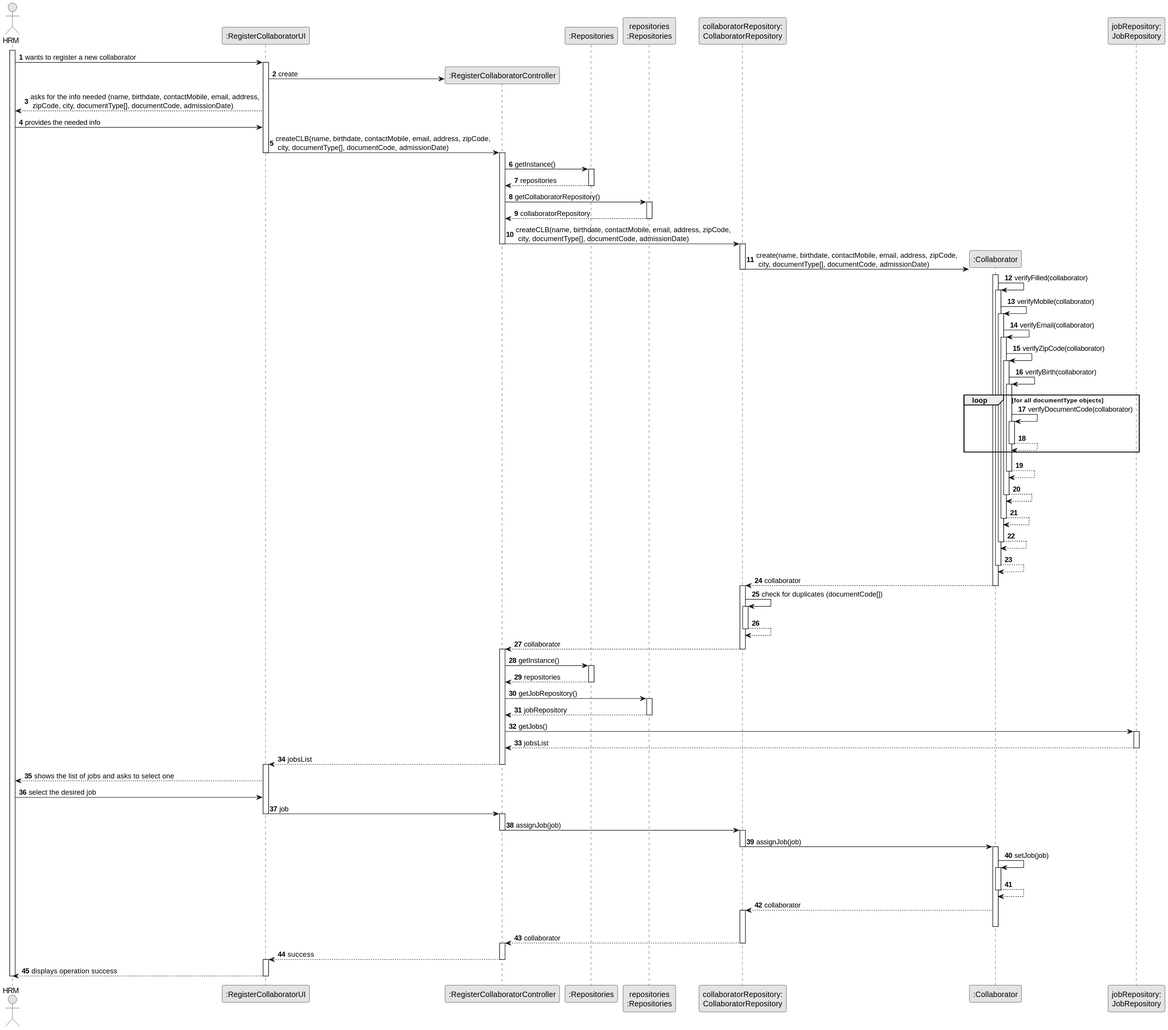
Earlier version of the PlantUML export docs/sprintB/us003/03.design/svg/us003-sequence-diagram-full.svg (ricardomm7/leaflink). Source of this version:
```plantuml
@startuml
skinparam monochrome true
skinparam packageStyle rectangle
skinparam shadowing false

autonumber

actor "HRM" as HRM
participant ":RegisterCollaboratorUI" as UI
participant ":RegisterCollaboratorController" as CTRL
participant ":Repositories" as GlobRepo
participant "repositories\n:Repositories" as PLAT
participant "collaboratorRepository:\nCollaboratorRepository" as CLBREP
participant ":Collaborator" as CLB
participant "jobRepository:\nJobRepository" as jobRepository


activate HRM

HRM -> UI : wants to register a new collaborator
activate UI

UI -> CTRL** : create

UI --> HRM : asks for the info needed (name, birthdate, contactMobile, email, address,\n zipCode, city, documentType[], documentCode, admissionDate)

HRM -> UI : provides the needed info

UI -> CTRL : createCLB(name, birthdate, contactMobile, email, address, zipCode,\n city, documentType[], documentCode, admissionDate)
deactivate UI
activate CTRL
CTRL -> GlobRepo : getInstance()
activate GlobRepo
GlobRepo --> CTRL : repositories
deactivate GlobRepo
CTRL -> PLAT : getCollaboratorRepository()
activate PLAT
PLAT -->  CTRL: collaboratorRepository
deactivate PLAT

CTRL -> CLBREP : createCLB(name, birthdate, contactMobile, email, address, zipCode,\n city, documentType[], documentCode, admissionDate)
deactivate CTRL
activate CLBREP
CLBREP->CLB** : create(name, birthdate, contactMobile, email, address, zipCode,\n city, documentType[], documentCode, admissionDate)
deactivate CLBREP
activate CLB
CLB -> CLB : verifyFilled(collaborator)
activate CLB
CLB -> CLB : verifyMobile(collaborator)
activate CLB
CLB -> CLB : verifyEmail(collaborator)
activate CLB
CLB -> CLB : verifyZipCode(collaborator)
activate CLB
CLB -> CLB : verifyBirth(collaborator)
activate CLB

loop for all documentType objects
CLB -> CLB : verifyDocumentCode(collaborator)
activate CLB
CLB --> CLB
deactivate CLB
end loop

CLB --> CLB
deactivate CLB
CLB --> CLB
deactivate CLB
CLB --> CLB
deactivate CLB
CLB --> CLB
deactivate CLB
CLB --> CLB
deactivate CLB

CLB -->CLBREP : collaborator
deactivate CLB
activate CLBREP

CLBREP -> CLBREP : check for duplicates (documentCode[])
activate CLBREP
CLBREP --> CLBREP
deactivate CLBREP
CLBREP --> CTRL : collaborator
deactivate CLBREP

activate CTRL
CTRL -> GlobRepo : getInstance()
activate GlobRepo
GlobRepo --> CTRL : repositories
deactivate GlobRepo
CTRL -> PLAT : getJobRepository()
activate PLAT
PLAT -->  CTRL: jobRepository
deactivate PLAT
CTRL -> jobRepository : getJobs()
activate jobRepository
jobRepository --> CTRL : jobsList
deactivate jobRepository
CTRL -->UI : jobsList
deactivate CTRL
activate UI

UI --> HRM : shows the list of jobs and asks to select one

HRM -> UI : select the desired job

UI -> CTRL : job
deactivate UI
activate CTRL


CTRL ->CLBREP : assignJob(job)
deactivate CTRL
activate CLBREP

CLBREP -> CLB : assignJob(job)
deactivate CLBREP
activate CLB

CLB -> CLB : setJob(job)
activate CLB

CLB --> CLB
deactivate CLB

CLB --> CLBREP : collaborator
activate CLBREP
deactivate CLB

CLBREP --> CTRL : collaborator
deactivate CLBREP
activate CTRL


CTRL --> UI : success
deactivate CTRL
activate UI
UI --> HRM : displays operation success
deactivate UI
deactivate HRM
@enduml
```
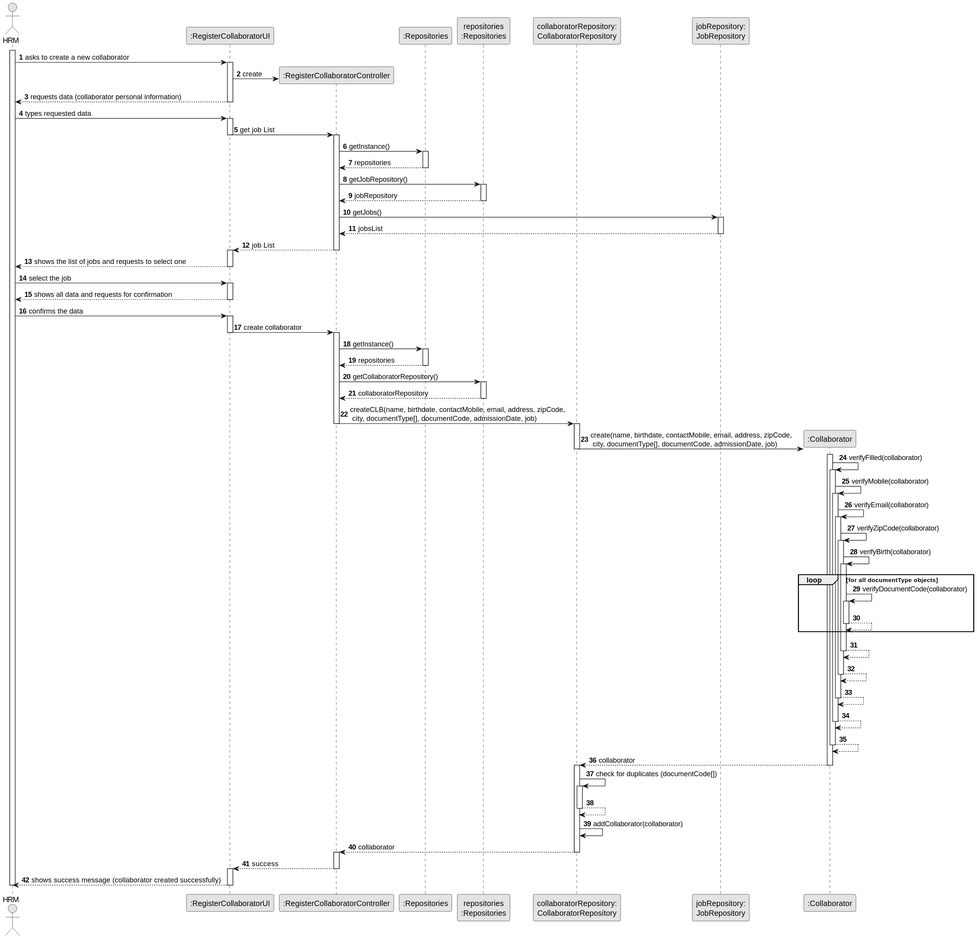
After the commit.

The edit, as a diff of the source:
```diff
@@ -11,24 +11,61 @@
 participant ":Repositories" as GlobRepo
 participant "repositories\n:Repositories" as PLAT
 participant "collaboratorRepository:\nCollaboratorRepository" as CLBREP
+participant "jobRepository:\nJobRepository" as jobRepository
 participant ":Collaborator" as CLB
-participant "jobRepository:\nJobRepository" as jobRepository
 
 
 activate HRM
 
-HRM -> UI : wants to register a new collaborator
+HRM -> UI : asks to create a new collaborator
 activate UI
 
 UI -> CTRL** : create
 
-UI --> HRM : asks for the info needed (name, birthdate, contactMobile, email, address,\n zipCode, city, documentType[], documentCode, admissionDate)
+UI --> HRM : requests data (collaborator personal information)
+deactivate UI
 
-HRM -> UI : provides the needed info
+HRM -> UI : types requested data
+activate UI
 
-UI -> CTRL : createCLB(name, birthdate, contactMobile, email, address, zipCode,\n city, documentType[], documentCode, admissionDate)
+UI -> CTRL: get job List
+deactivate UI
+
+activate CTRL
+CTRL -> GlobRepo : getInstance()
+activate GlobRepo
+GlobRepo --> CTRL : repositories
+deactivate GlobRepo
+CTRL -> PLAT : getJobRepository()
+activate PLAT
+PLAT -->  CTRL: jobRepository
+deactivate PLAT
+CTRL -> jobRepository : getJobs()
+activate jobRepository
+jobRepository --> CTRL : jobsList
+deactivate jobRepository
+CTRL -->UI : job List
+deactivate CTRL
+activate UI
+
+UI --> HRM : shows the list of jobs and requests to select one
+deactivate UI
+
+
+HRM -> UI : select the job
+activate UI
+
+UI --> HRM: shows all data and requests for confirmation
+deactivate UI
+
+HRM -> UI: confirms the data
+activate UI
+
+UI -> CTRL : create collaborator
+
 deactivate UI
 activate CTRL
+
 CTRL -> GlobRepo : getInstance()
 activate GlobRepo
 GlobRepo --> CTRL : repositories
@@ -38,10 +75,11 @@
 PLAT -->  CTRL: collaboratorRepository
 deactivate PLAT
 
-CTRL -> CLBREP : createCLB(name, birthdate, contactMobile, email, address, zipCode,\n city, documentType[], documentCode, admissionDate)
+CTRL -> CLBREP : createCLB(name, birthdate, contactMobile, email, address, zipCode,\n city, documentType[], documentCode, admissionDate, job)
 deactivate CTRL
+
 activate CLBREP
-CLBREP->CLB** : create(name, birthdate, contactMobile, email, address, zipCode,\n city, documentType[], documentCode, admissionDate)
+CLBREP->CLB** : create(name, birthdate, contactMobile, email, address, zipCode,\n city, documentType[], documentCode, admissionDate, job)
 deactivate CLBREP
 activate CLB
 CLB -> CLB : verifyFilled(collaborator)
@@ -81,62 +119,18 @@
 activate CLBREP
 CLBREP --> CLBREP
 deactivate CLBREP
-CLBREP --> CTRL : collaborator
-deactivate CLBREP
 
-activate CTRL
-CTRL -> GlobRepo : getInstance()
-activate GlobRepo
-GlobRepo --> CTRL : repositories
-deactivate GlobRepo
-CTRL -> PLAT : getJobRepository()
-activate PLAT
-PLAT -->  CTRL: jobRepository
-deactivate PLAT
-CTRL -> jobRepository : getJobs()
-activate jobRepository
-jobRepository --> CTRL : jobsList
-deactivate jobRepository
-CTRL -->UI : jobsList
-deactivate CTRL
-activate UI
-
-UI --> HRM : shows the list of jobs and asks to select one
-
-HRM -> UI : select the desired job
-
-UI -> CTRL : job
-deactivate UI
-activate CTRL
-
-
-CTRL ->CLBREP : assignJob(job)
-deactivate CTRL
-activate CLBREP
-
-CLBREP -> CLB : assignJob(job)
-deactivate CLBREP
-activate CLB
-
-CLB -> CLB : setJob(job)
-activate CLB
-
-CLB --> CLB
-deactivate CLB
-
-CLB --> CLBREP : collaborator
-activate CLBREP
-deactivate CLB
-
+CLBREP -> CLBREP: addCollaborator(collaborator)
 CLBREP --> CTRL : collaborator
 deactivate CLBREP
 activate CTRL
 
 
+
 CTRL --> UI : success
 deactivate CTRL
 activate UI
-UI --> HRM : displays operation success
+UI --> HRM : shows success message (collaborator created successfully)
 deactivate UI
 deactivate HRM
 @enduml
```
